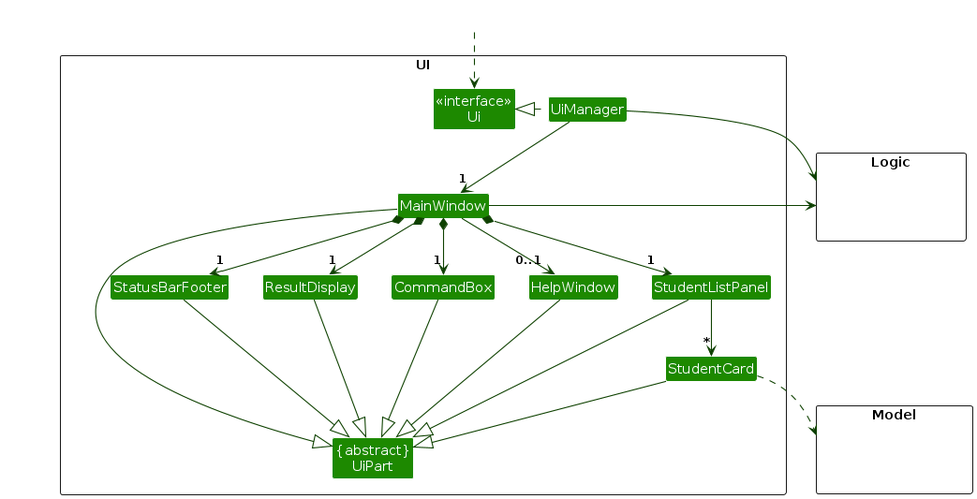
AY2627S1-CS2103T-F14a-1/tp keeps this PlantUML diagram as diagrams/UiClassDiagram.png. Above is the earlier version. Its source is kept beside it as diagrams/UiClassDiagram.puml.
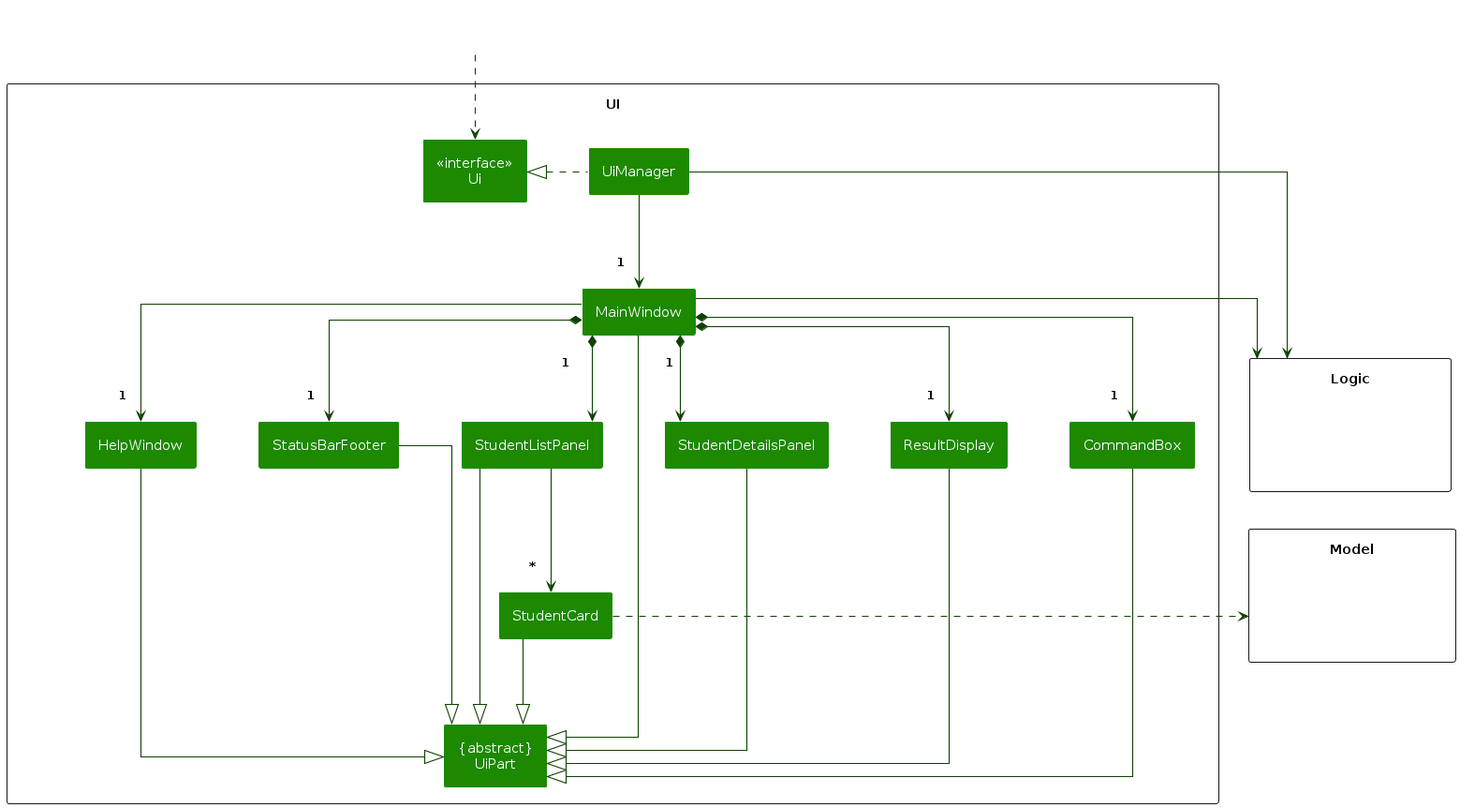
Later version of the same file.

Change to the diagram source:
```diff
@@ -1,60 +1,71 @@
 @startuml
 !include style.puml
+
+top to bottom direction
+skinparam linetype ortho
+skinparam nodesep 65
+skinparam ranksep 90
+skinparam padding 12
 skinparam arrowThickness 1.1
 skinparam arrowColor UI_COLOR_T4
 skinparam classBackgroundColor UI_COLOR
 
-package UI <<Rectangle>>{
-Class "<<interface>>\nUi" as Ui
-Class "{abstract}\nUiPart" as UiPart
-Class UiManager
-Class MainWindow
-Class HelpWindow
-Class ResultDisplay
-Class StudentListPanel
-Class StudentCard
-Class StatusBarFooter
-Class CommandBox
+package UI <<Rectangle>> {
+    class "<<interface>>\nUi" as Ui
+    class UiManager
+    class MainWindow
+    class "{abstract}\nUiPart" as UiPart
+
+    together {
+        class HelpWindow
+        class StatusBarFooter
+        class StudentListPanel
+        class StudentDetailsPanel
+        class ResultDisplay
+        class CommandBox
+    }
+
+    class StudentCard
+
+    UiManager .left.|> Ui
+    UiManager -down-> "1" MainWindow
+
+    MainWindow *-down-> "1" CommandBox
+    MainWindow *-down-> "1" ResultDisplay
+    MainWindow *-down-> "1" StudentListPanel
+    MainWindow *-down-> "1" StudentDetailsPanel
+    MainWindow *-down-> "1" StatusBarFooter
+    MainWindow -down-> "1" HelpWindow
+
+    StudentListPanel -down-> "*" StudentCard
+
+    MainWindow -down-|> UiPart
+    CommandBox -down-|> UiPart
+    ResultDisplay -down-|> UiPart
+    StudentListPanel -down-|> UiPart
+    StudentDetailsPanel -down-|> UiPart
+    StudentCard -down-|> UiPart
+    StatusBarFooter -down-|> UiPart
+    HelpWindow -down-|> UiPart
+}
+
+package Logic <<Rectangle>> {
+    class HiddenLogic #FFFFFF
 }
 
 package Model <<Rectangle>> {
-Class HiddenModel #FFFFFF
+    class HiddenModel #FFFFFF
 }
 
-package Logic <<Rectangle>> {
-Class HiddenLogic #FFFFFF
-}
+class HiddenOutside #FFFFFF
+HiddenOutside .down.> Ui
 
-Class HiddenOutside #FFFFFF
-HiddenOutside ..> Ui
+UiManager -[norank]-> Logic
+MainWindow -[norank]-> Logic
+StudentCard -[dashed,norank]-> Model
 
-UiManager .left.|> Ui
-UiManager -down-> "1" MainWindow
-MainWindow *-down->  "1" CommandBox
-MainWindow *-down-> "1" ResultDisplay
-MainWindow *-down-> "1" StudentListPanel
-MainWindow *-down-> "1" StatusBarFooter
-MainWindow --> "0..1" HelpWindow
+MainWindow -[hidden]right-> Logic
+Logic -[hidden]down-> Model
+CommandBox -[hidden]down-> Model
 
-StudentListPanel -down-> "*" StudentCard
-
-MainWindow -left-|> UiPart
-
-ResultDisplay --|> UiPart
-CommandBox --|> UiPart
-StudentListPanel --|> UiPart
-StudentCard --|> UiPart
-StatusBarFooter --|> UiPart
-HelpWindow --|> UiPart
-
-StudentCard ..> Model
-UiManager -right-> Logic
-MainWindow -left-> Logic
-
-StudentListPanel -[hidden]left- HelpWindow
-HelpWindow -[hidden]left- CommandBox
-CommandBox -[hidden]left- ResultDisplay
-ResultDisplay -[hidden]left- StatusBarFooter
-
-MainWindow -[hidden]-|> UiPart
 @enduml
```
